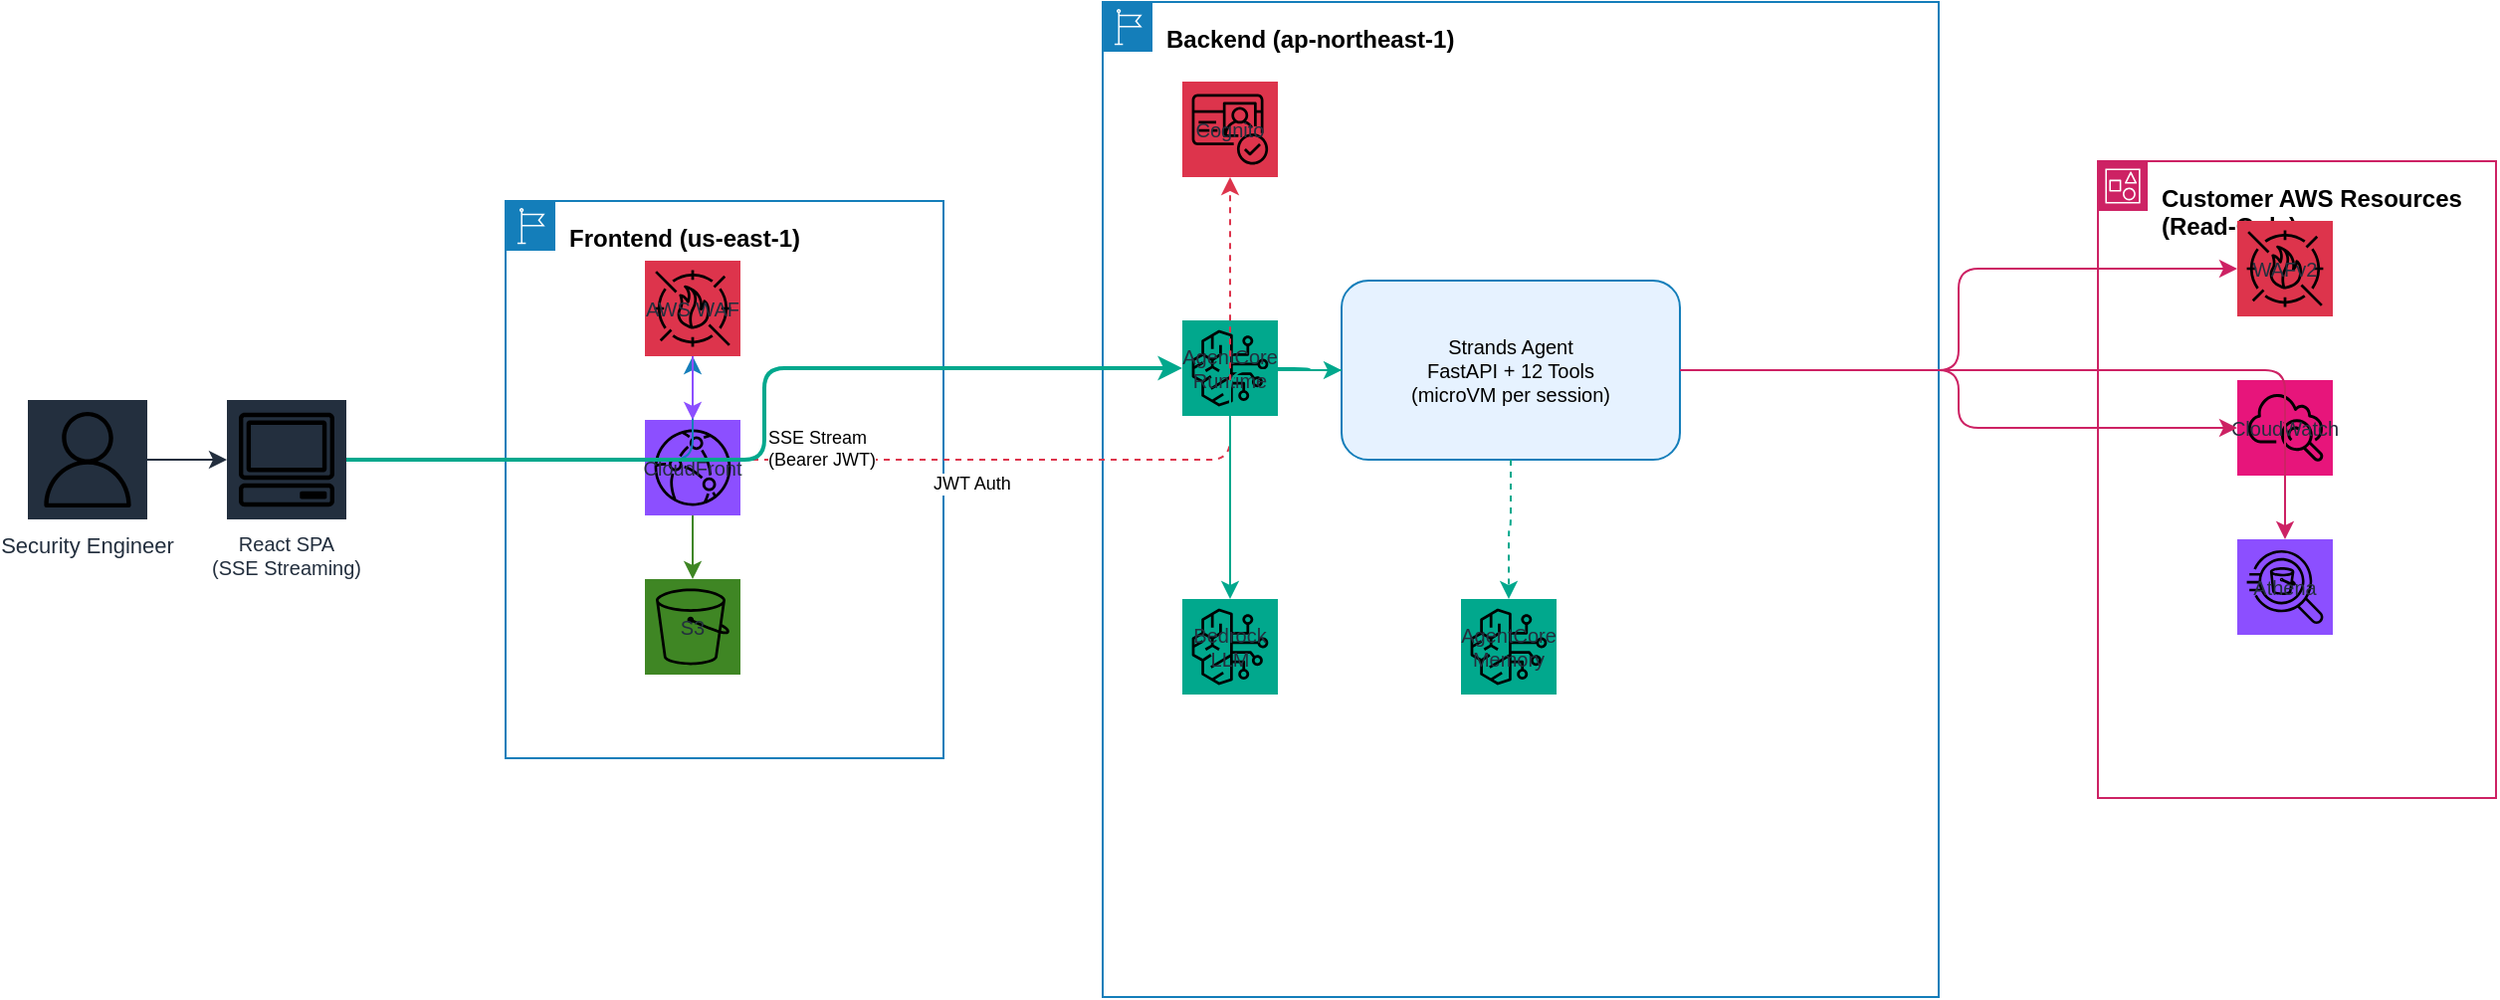
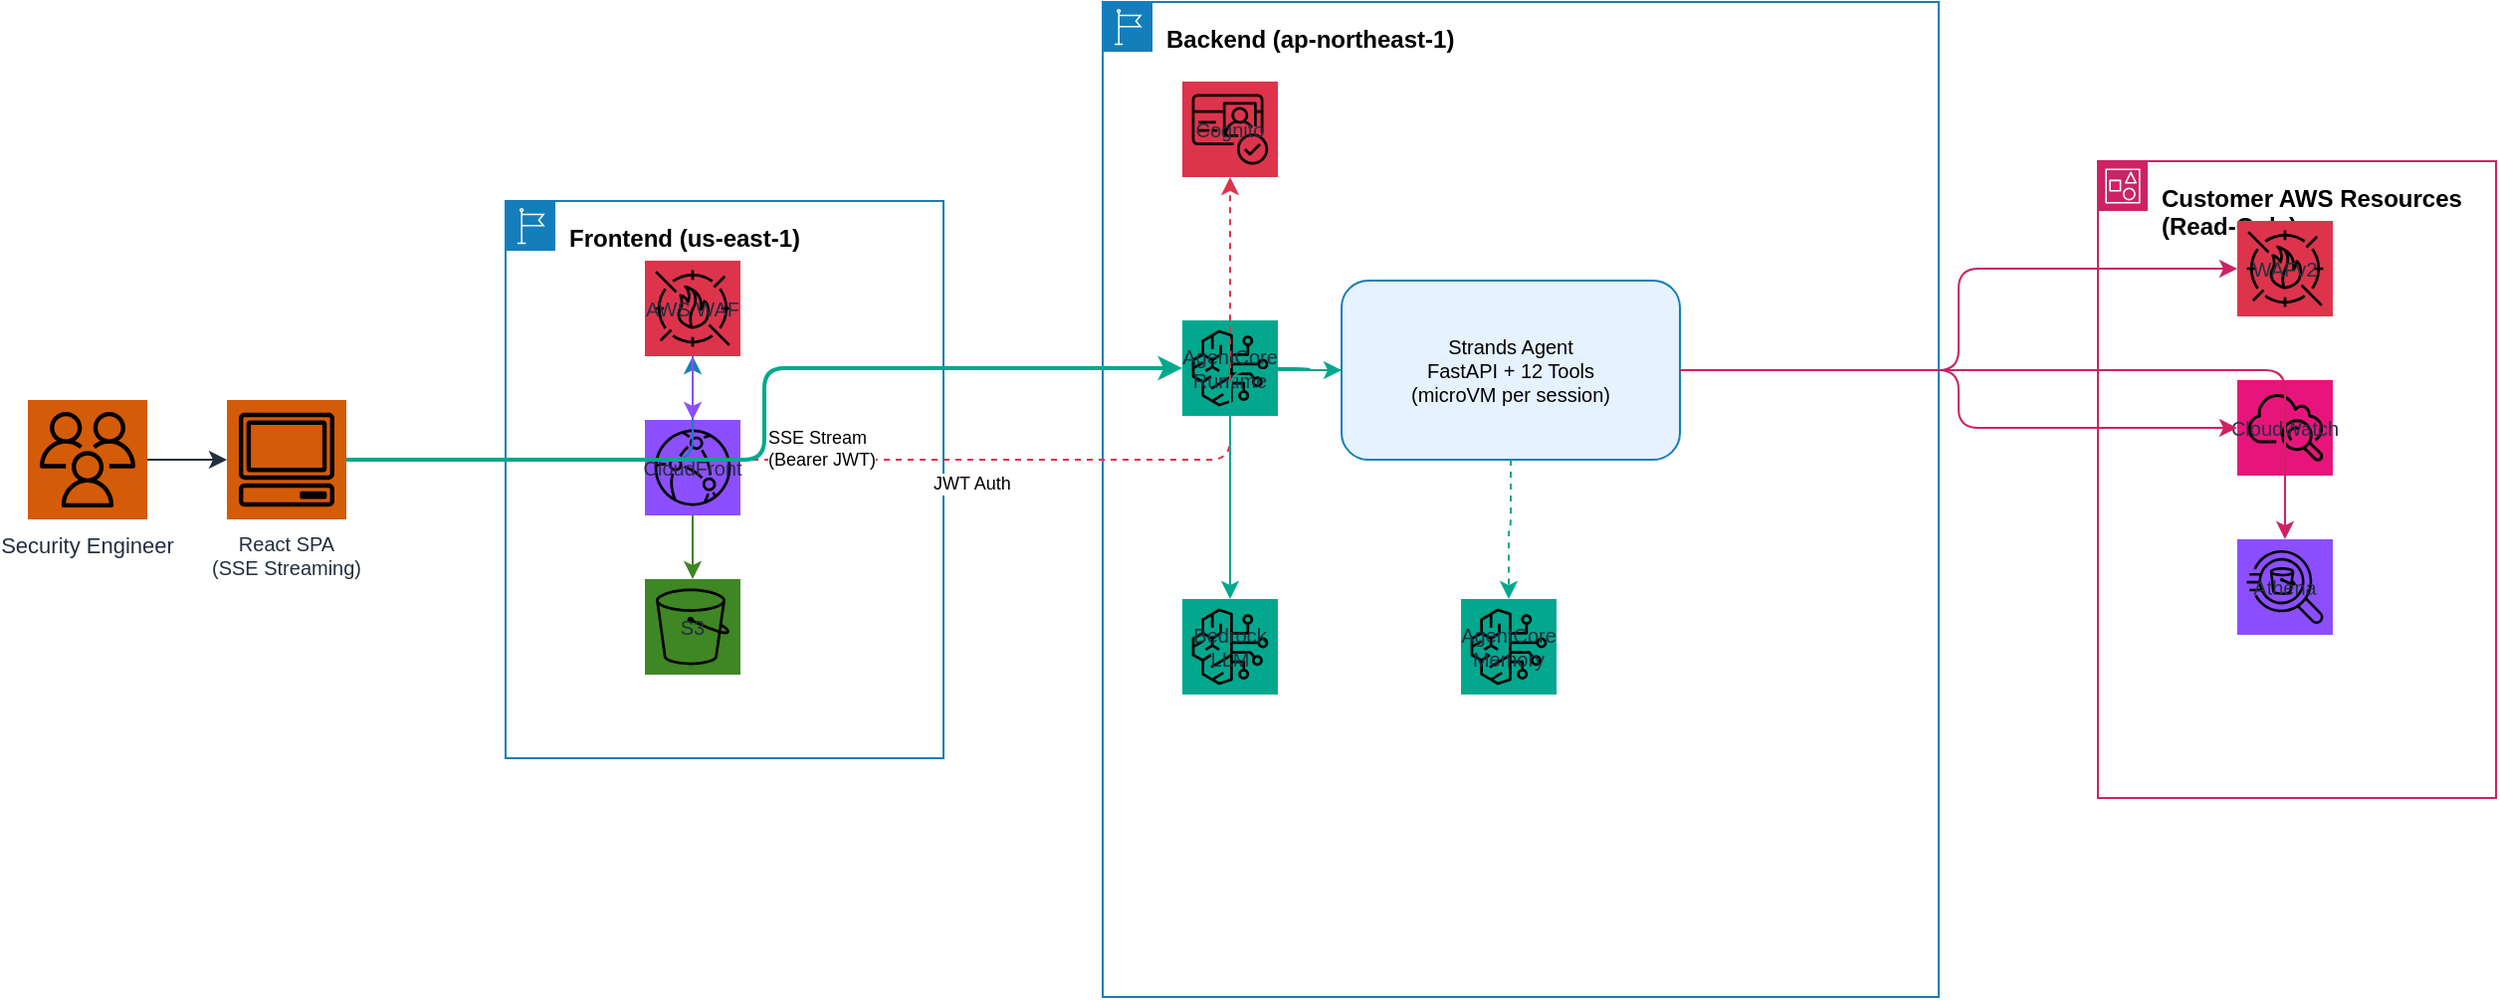
<mxfile host="app.diagrams.net" modified="2026-05-11T14:17:00.000Z" agent="WAF Agent" version="24.0.0">
  <diagram name="Architecture" id="arch-1">
    <mxGraphModel dx="1422" dy="900" grid="1" gridSize="10" guides="1" tooltips="1" connect="1" arrows="1" fold="1" page="1" pageScale="1" pageWidth="1600" pageHeight="1000" math="0" shadow="0">
      <root>
        <mxCell id="0" />
        <mxCell id="1" parent="0" />

        <!-- User -->
-         <mxCell id="user" value="Security Engineer" style="outlineConnect=0;fontColor=#232F3E;gradientColor=none;strokeColor=none;fillColor=#232F3E;fontColor=#232F3E;align=center;strokeWidth=1;fontSize=11;fontStyle=0;shape=mxgraph.aws4.resourceIcon;resIcon=mxgraph.aws4.user;labelPosition=center;verticalLabelPosition=bottom;verticalAlign=top" vertex="1" parent="1">
+         <mxCell id="user" value="Security Engineer" style="outlineConnect=0;fontColor=#232F3E;gradientColor=none;strokeColor=none;fillColor=#D45B07;fontColor=#232F3E;align=center;strokeWidth=1;fontSize=11;fontStyle=0;shape=mxgraph.aws4.resourceIcon;resIcon=mxgraph.aws4.users;labelPosition=center;verticalLabelPosition=bottom;verticalAlign=top" vertex="1" parent="1">
          <mxGeometry x="80" y="400" width="60" height="60" as="geometry" />
        </mxCell>
-         <mxCell id="browser" value="React SPA&#xa;(SSE Streaming)" style="outlineConnect=0;fontColor=#232F3E;gradientColor=none;strokeColor=none;fillColor=#232F3E;fontColor=#232F3E;align=center;strokeWidth=1;fontSize=10;fontStyle=0;shape=mxgraph.aws4.resourceIcon;resIcon=mxgraph.aws4.client;labelPosition=center;verticalLabelPosition=bottom;verticalAlign=top" vertex="1" parent="1">
+         <mxCell id="browser" value="React SPA&#xa;(SSE Streaming)" style="outlineConnect=0;fontColor=#232F3E;gradientColor=none;strokeColor=none;fillColor=#D45B07;fontColor=#232F3E;align=center;strokeWidth=1;fontSize=10;fontStyle=0;shape=mxgraph.aws4.resourceIcon;resIcon=mxgraph.aws4.client;labelPosition=center;verticalLabelPosition=bottom;verticalAlign=top" vertex="1" parent="1">
          <mxGeometry x="180" y="400" width="60" height="60" as="geometry" />
        </mxCell>

        <!-- Frontend Group -->
        <mxCell id="fe-group" value="Frontend (us-east-1)" style="points=[[0,0],[0.25,0],[0.5,0],[0.75,0],[1,0],[1,0.25],[1,0.5],[1,0.75],[1,1],[0.75,1],[0.5,1],[0.25,1],[0,1],[0,0.75],[0,0.5],[0,0.25]];outlineConnect=0;gradientColor=none;html=1;whiteSpace=wrap;fontSize=12;fontStyle=1;shape=mxgraph.aws4.group;grIcon=mxgraph.aws4.group_region;strokeColor=#147EBA;fillColor=none;verticalAlign=top;align=left;spacingLeft=30;spacingTop=5;dashed=0;" vertex="1" parent="1">
          <mxGeometry x="320" y="300" width="220" height="280" as="geometry" />
        </mxCell>
        <mxCell id="waf-fe" value="AWS WAF" style="outlineConnect=0;fontColor=#232F3E;gradientColor=none;strokeColor=none;fillColor=#DD344C;align=center;strokeWidth=1;fontSize=10;fontStyle=0;shape=mxgraph.aws4.resourceIcon;resIcon=mxgraph.aws4.waf" vertex="1" parent="1">
          <mxGeometry x="390" y="330" width="48" height="48" as="geometry" />
        </mxCell>
        <mxCell id="cf" value="CloudFront" style="outlineConnect=0;fontColor=#232F3E;gradientColor=none;strokeColor=none;fillColor=#8C4FFF;align=center;strokeWidth=1;fontSize=10;fontStyle=0;shape=mxgraph.aws4.resourceIcon;resIcon=mxgraph.aws4.cloudfront" vertex="1" parent="1">
          <mxGeometry x="390" y="410" width="48" height="48" as="geometry" />
        </mxCell>
        <mxCell id="s3" value="S3" style="outlineConnect=0;fontColor=#232F3E;gradientColor=none;strokeColor=none;fillColor=#3F8624;align=center;strokeWidth=1;fontSize=10;fontStyle=0;shape=mxgraph.aws4.resourceIcon;resIcon=mxgraph.aws4.s3" vertex="1" parent="1">
          <mxGeometry x="390" y="490" width="48" height="48" as="geometry" />
        </mxCell>

        <!-- Backend Group -->
        <mxCell id="be-group" value="Backend (ap-northeast-1)" style="points=[[0,0],[0.25,0],[0.5,0],[0.75,0],[1,0],[1,0.25],[1,0.5],[1,0.75],[1,1],[0.75,1],[0.5,1],[0.25,1],[0,1],[0,0.75],[0,0.5],[0,0.25]];outlineConnect=0;gradientColor=none;html=1;whiteSpace=wrap;fontSize=12;fontStyle=1;shape=mxgraph.aws4.group;grIcon=mxgraph.aws4.group_region;strokeColor=#147EBA;fillColor=none;verticalAlign=top;align=left;spacingLeft=30;spacingTop=5;dashed=0;" vertex="1" parent="1">
          <mxGeometry x="620" y="200" width="420" height="500" as="geometry" />
        </mxCell>
        <mxCell id="cognito" value="Cognito" style="outlineConnect=0;fontColor=#232F3E;gradientColor=none;strokeColor=none;fillColor=#DD344C;align=center;strokeWidth=1;fontSize=10;fontStyle=0;shape=mxgraph.aws4.resourceIcon;resIcon=mxgraph.aws4.cognito" vertex="1" parent="1">
          <mxGeometry x="660" y="240" width="48" height="48" as="geometry" />
        </mxCell>
        <mxCell id="ac" value="AgentCore&#xa;Runtime" style="outlineConnect=0;fontColor=#232F3E;gradientColor=none;strokeColor=none;fillColor=#01A88D;align=center;strokeWidth=1;fontSize=10;fontStyle=0;shape=mxgraph.aws4.resourceIcon;resIcon=mxgraph.aws4.bedrock" vertex="1" parent="1">
          <mxGeometry x="660" y="360" width="48" height="48" as="geometry" />
        </mxCell>
        <mxCell id="agent-box" value="Strands Agent&#xa;FastAPI + 12 Tools&#xa;(microVM per session)" style="rounded=1;whiteSpace=wrap;html=1;fillColor=#E6F2FF;strokeColor=#147EBA;fontSize=10;verticalAlign=middle;" vertex="1" parent="1">
          <mxGeometry x="740" y="340" width="170" height="90" as="geometry" />
        </mxCell>
        <mxCell id="bedrock" value="Bedrock&#xa;LLM" style="outlineConnect=0;fontColor=#232F3E;gradientColor=none;strokeColor=none;fillColor=#01A88D;align=center;strokeWidth=1;fontSize=10;fontStyle=0;shape=mxgraph.aws4.resourceIcon;resIcon=mxgraph.aws4.bedrock" vertex="1" parent="1">
          <mxGeometry x="660" y="500" width="48" height="48" as="geometry" />
        </mxCell>
        <mxCell id="memory" value="AgentCore&#xa;Memory" style="outlineConnect=0;fontColor=#232F3E;gradientColor=none;strokeColor=none;fillColor=#01A88D;align=center;strokeWidth=1;fontSize=10;fontStyle=0;shape=mxgraph.aws4.resourceIcon;resIcon=mxgraph.aws4.bedrock" vertex="1" parent="1">
          <mxGeometry x="800" y="500" width="48" height="48" as="geometry" />
        </mxCell>

        <!-- Customer Resources Group -->
        <mxCell id="aws-group" value="Customer AWS Resources (Read-Only)" style="points=[[0,0],[0.25,0],[0.5,0],[0.75,0],[1,0],[1,0.25],[1,0.5],[1,0.75],[1,1],[0.75,1],[0.5,1],[0.25,1],[0,1],[0,0.75],[0,0.5],[0,0.25]];outlineConnect=0;gradientColor=none;html=1;whiteSpace=wrap;fontSize=12;fontStyle=1;shape=mxgraph.aws4.group;grIcon=mxgraph.aws4.group_account;strokeColor=#CD2264;fillColor=none;verticalAlign=top;align=left;spacingLeft=30;spacingTop=5;dashed=0;" vertex="1" parent="1">
          <mxGeometry x="1120" y="280" width="200" height="320" as="geometry" />
        </mxCell>
        <mxCell id="wafv2" value="WAFv2" style="outlineConnect=0;fontColor=#232F3E;gradientColor=none;strokeColor=none;fillColor=#DD344C;align=center;strokeWidth=1;fontSize=10;fontStyle=0;shape=mxgraph.aws4.resourceIcon;resIcon=mxgraph.aws4.waf" vertex="1" parent="1">
          <mxGeometry x="1190" y="310" width="48" height="48" as="geometry" />
        </mxCell>
        <mxCell id="cw" value="CloudWatch" style="outlineConnect=0;fontColor=#232F3E;gradientColor=none;strokeColor=none;fillColor=#E7157B;align=center;strokeWidth=1;fontSize=10;fontStyle=0;shape=mxgraph.aws4.resourceIcon;resIcon=mxgraph.aws4.cloudwatch" vertex="1" parent="1">
          <mxGeometry x="1190" y="390" width="48" height="48" as="geometry" />
        </mxCell>
        <mxCell id="athena" value="Athena" style="outlineConnect=0;fontColor=#232F3E;gradientColor=none;strokeColor=none;fillColor=#8C4FFF;align=center;strokeWidth=1;fontSize=10;fontStyle=0;shape=mxgraph.aws4.resourceIcon;resIcon=mxgraph.aws4.athena" vertex="1" parent="1">
          <mxGeometry x="1190" y="470" width="48" height="48" as="geometry" />
        </mxCell>

        <!-- Arrows -->
        <mxCell id="e0" style="edgeStyle=orthogonalEdgeStyle;rounded=1;strokeColor=#232F3E;" edge="1" source="user" target="browser" parent="1">
          <mxGeometry relative="1" as="geometry" />
        </mxCell>
        <mxCell id="e1" style="edgeStyle=orthogonalEdgeStyle;rounded=1;strokeColor=#147EBA;" edge="1" source="browser" target="waf-fe" parent="1">
          <mxGeometry relative="1" as="geometry" />
        </mxCell>
        <mxCell id="e2" style="edgeStyle=orthogonalEdgeStyle;rounded=1;strokeColor=#8C4FFF;" edge="1" source="waf-fe" target="cf" parent="1">
          <mxGeometry relative="1" as="geometry" />
        </mxCell>
        <mxCell id="e3" style="edgeStyle=orthogonalEdgeStyle;rounded=1;strokeColor=#3F8624;" edge="1" source="cf" target="s3" parent="1">
          <mxGeometry relative="1" as="geometry" />
        </mxCell>
        <!-- Auth flow -->
        <mxCell id="e4" style="edgeStyle=orthogonalEdgeStyle;rounded=1;strokeColor=#DD344C;dashed=1;" edge="1" source="browser" target="cognito" parent="1">
          <mxGeometry relative="1" as="geometry" />
        </mxCell>
        <mxCell id="e4-label" value="JWT Auth" style="edgeLabel;html=1;fontSize=9;fillColor=none;" vertex="1" connectable="0" parent="e4">
          <mxGeometry relative="1" as="geometry"><mxPoint as="offset" /></mxGeometry>
        </mxCell>
        <!-- SSE to AgentCore -->
        <mxCell id="e5" style="edgeStyle=orthogonalEdgeStyle;rounded=1;strokeColor=#01A88D;strokeWidth=2;" edge="1" source="browser" target="ac" parent="1">
          <mxGeometry relative="1" as="geometry" />
        </mxCell>
        <mxCell id="e5-label" value="SSE Stream&#xa;(Bearer JWT)" style="edgeLabel;html=1;fontSize=9;fillColor=none;" vertex="1" connectable="0" parent="e5">
          <mxGeometry relative="1" as="geometry"><mxPoint as="offset" /></mxGeometry>
        </mxCell>
        <!-- AgentCore to Agent -->
        <mxCell id="e6" style="edgeStyle=orthogonalEdgeStyle;rounded=1;strokeColor=#01A88D;" edge="1" source="ac" target="agent-box" parent="1">
          <mxGeometry relative="1" as="geometry" />
        </mxCell>
        <!-- Agent to Bedrock -->
        <mxCell id="e7" style="edgeStyle=orthogonalEdgeStyle;rounded=1;strokeColor=#01A88D;" edge="1" source="agent-box" target="bedrock" parent="1">
          <mxGeometry relative="1" as="geometry" />
        </mxCell>
        <!-- Agent to Memory -->
        <mxCell id="e8" style="edgeStyle=orthogonalEdgeStyle;rounded=1;strokeColor=#01A88D;dashed=1;" edge="1" source="agent-box" target="memory" parent="1">
          <mxGeometry relative="1" as="geometry" />
        </mxCell>
        <!-- Agent to Customer Resources -->
        <mxCell id="e9" style="edgeStyle=orthogonalEdgeStyle;rounded=1;strokeColor=#CD2264;" edge="1" source="agent-box" target="wafv2" parent="1">
          <mxGeometry relative="1" as="geometry" />
        </mxCell>
        <mxCell id="e10" style="edgeStyle=orthogonalEdgeStyle;rounded=1;strokeColor=#CD2264;" edge="1" source="agent-box" target="cw" parent="1">
          <mxGeometry relative="1" as="geometry" />
        </mxCell>
        <mxCell id="e11" style="edgeStyle=orthogonalEdgeStyle;rounded=1;strokeColor=#CD2264;" edge="1" source="agent-box" target="athena" parent="1">
          <mxGeometry relative="1" as="geometry" />
        </mxCell>

      </root>
    </mxGraphModel>
  </diagram>
</mxfile>
